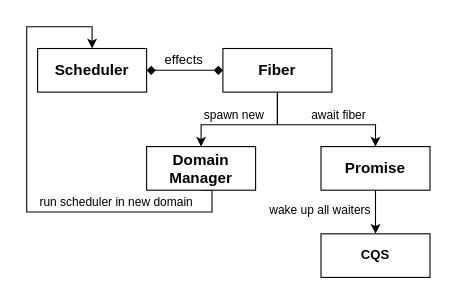
Earlier version of the draw.io diagram documents/thesis/images/Eio Module Hierarchy.drawio (addap/master-thesis). Source tidied: cells renumbered, new cells numbered last; positions are measured from the earlier drawing's top-left corner, leaving out a move shared by most shapes. Both pictures are drawn from the tidied source at 109%, with x=0, y=0 at pixel (26, 26).
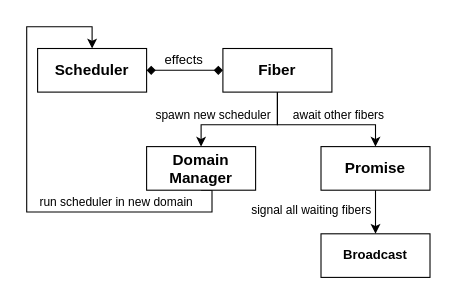
The same diagram, later.

Unchanged cells that the change refers to:
```xml
<mxCell id="3" style="edgeStyle=orthogonalEdgeStyle;rounded=0;jettySize=auto;html=1;exitX=0.5;exitY=1;exitDx=0;exitDy=0;entryX=0.5;entryY=0;entryDx=0;entryDy=0;" parent="1" edge="1" source="7" target="13">
  <mxGeometry relative="1" as="geometry">
    <Array as="points">
      <mxPoint x="230" y="90" />
      <mxPoint x="320" y="90" />
    </Array>
  </mxGeometry>
</mxCell>
<mxCell id="5" style="edgeStyle=orthogonalEdgeStyle;rounded=0;jettySize=auto;html=1;exitX=0.5;exitY=1;exitDx=0;exitDy=0;entryX=0.5;entryY=0;entryDx=0;entryDy=0;" parent="1" edge="1" source="7" target="10">
  <mxGeometry relative="1" as="geometry">
    <Array as="points">
      <mxPoint x="230" y="90" />
      <mxPoint x="160" y="90" />
    </Array>
  </mxGeometry>
</mxCell>
<mxCell id="11" style="edgeStyle=orthogonalEdgeStyle;rounded=0;jettySize=auto;html=1;exitX=0.5;exitY=1;exitDx=0;exitDy=0;entryX=0.5;entryY=0;entryDx=0;entryDy=0;" parent="1" edge="1" source="13" target="14">
  <mxGeometry relative="1" as="geometry" />
</mxCell>
```

The edit, as a diff of the source:
```diff
@@
-    <mxCell id="4" value="await fiber" style="edgeLabel;html=1;align=center;verticalAlign=middle;" parent="3" vertex="1">
+    <mxCell id="4" value="&lt;div&gt;await other fibers&lt;br&gt;&lt;/div&gt;" style="edgeLabel;html=1;align=center;verticalAlign=middle;" parent="3" vertex="1">
       <mxGeometry x="-0.05" y="-1" relative="1" as="geometry">
         <mxPoint x="18" y="-11" as="offset" />
       </mxGeometry>
     </mxCell>
@@
-    <mxCell id="6" value="spawn new" style="edgeLabel;html=1;align=center;verticalAlign=middle;" parent="5" vertex="1">
+    <mxCell id="6" value="spawn new scheduler" style="edgeLabel;html=1;align=center;verticalAlign=middle;" parent="5" vertex="1">
       <mxGeometry x="0.06" y="-1" relative="1" as="geometry">
-        <mxPoint x="-7" y="-9" as="offset" />
+        <mxPoint x="-26" y="-9" as="offset" />
       </mxGeometry>
     </mxCell>
@@
-    <mxCell id="12" value="wake up all waiters" style="edgeLabel;html=1;align=center;verticalAlign=middle;" parent="11" vertex="1">
+    <mxCell id="12" value="signal all waiting fibers" style="edgeLabel;html=1;align=center;verticalAlign=middle;" parent="11" vertex="1">
       <mxGeometry x="-0.15" y="4" relative="1" as="geometry">
-        <mxPoint x="-56" as="offset" />
+        <mxPoint x="-64" as="offset" />
       </mxGeometry>
     </mxCell>
@@
-    <mxCell id="14" value="&lt;b&gt;CQS&lt;/b&gt;" style="rounded=0;whiteSpace=wrap;html=1;" parent="1" vertex="1">
+    <mxCell id="14" value="&lt;b&gt;Broadcast&lt;/b&gt;" style="rounded=0;whiteSpace=wrap;html=1;" parent="1" vertex="1">
       <mxGeometry x="270" y="190" width="100" height="40" as="geometry" />
     </mxCell>
```
